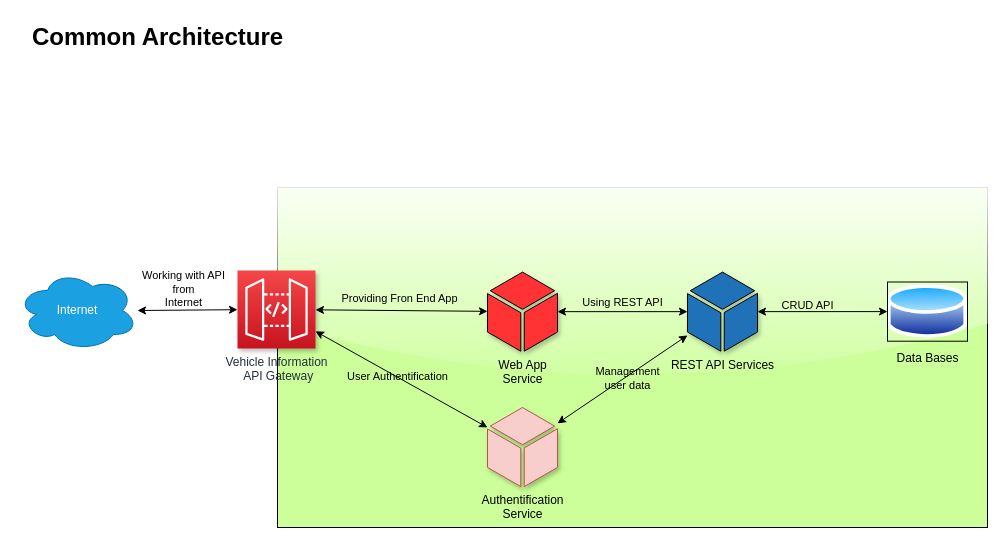
sanyokkua/vehicle-info-ua keeps this draw.io diagram as page "Common Architecture" (1 of 3) of Documentation/Diagrams/Arch_General.drawio. Above is the earlier version. Source tidied: cells renumbered, new cells numbered last; positions are measured from the earlier drawing's top-left corner, leaving out a move shared by most shapes. Both pictures are drawn from the tidied source at 100%, with x=0, y=0 at pixel (17, 17).
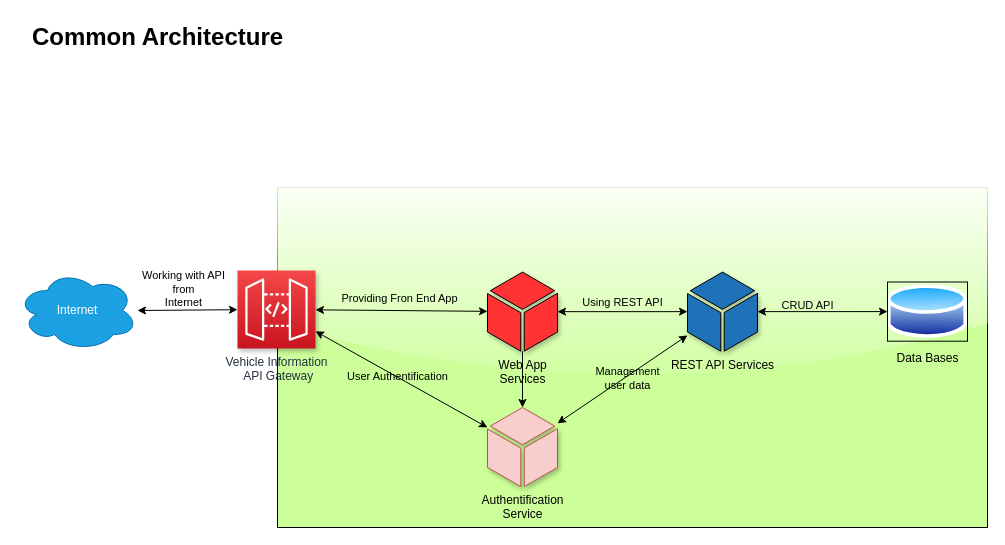
After the change.

The change refers to these unchanged cells:
```xml
<mxCell id="5" value="Authentification &lt;br&gt;Service" style="shadow=1;dashed=0;html=1;strokeColor=#b85450;labelPosition=center;verticalLabelPosition=bottom;verticalAlign=top;outlineConnect=0;align=center;shape=mxgraph.office.concepts.node_generic;fillColor=#f8cecc;" parent="1" vertex="1">
  <mxGeometry x="470" y="390" width="70" height="79.1" as="geometry" />
</mxCell>
```

The edit, as a diff of the source:
```diff
@@
+    <mxCell id="21" style="edgeStyle=orthogonalEdgeStyle;rounded=0;jettySize=auto;html=1;labelBackgroundColor=none;fontSize=19;" parent="1" edge="1" source="9" target="5">
+      <mxGeometry relative="1" as="geometry" />
+    </mxCell>
-    <mxCell id="9" value="Web App&lt;br&gt;Service" style="shadow=1;dashed=0;html=1;strokeColor=#000000;labelPosition=center;verticalLabelPosition=bottom;verticalAlign=top;outlineConnect=0;align=center;shape=mxgraph.office.concepts.node_generic;fillColor=#FF3333;gradientColor=none;" parent="1" vertex="1">
+    <mxCell id="9" value="Web App&lt;br&gt;Services" style="shadow=1;dashed=0;html=1;strokeColor=#000000;labelPosition=center;verticalLabelPosition=bottom;verticalAlign=top;outlineConnect=0;align=center;shape=mxgraph.office.concepts.node_generic;fillColor=#FF3333;gradientColor=none;" parent="1" vertex="1">
       <mxGeometry x="470" y="254.6" width="70" height="79.1" as="geometry" />
     </mxCell>
```
